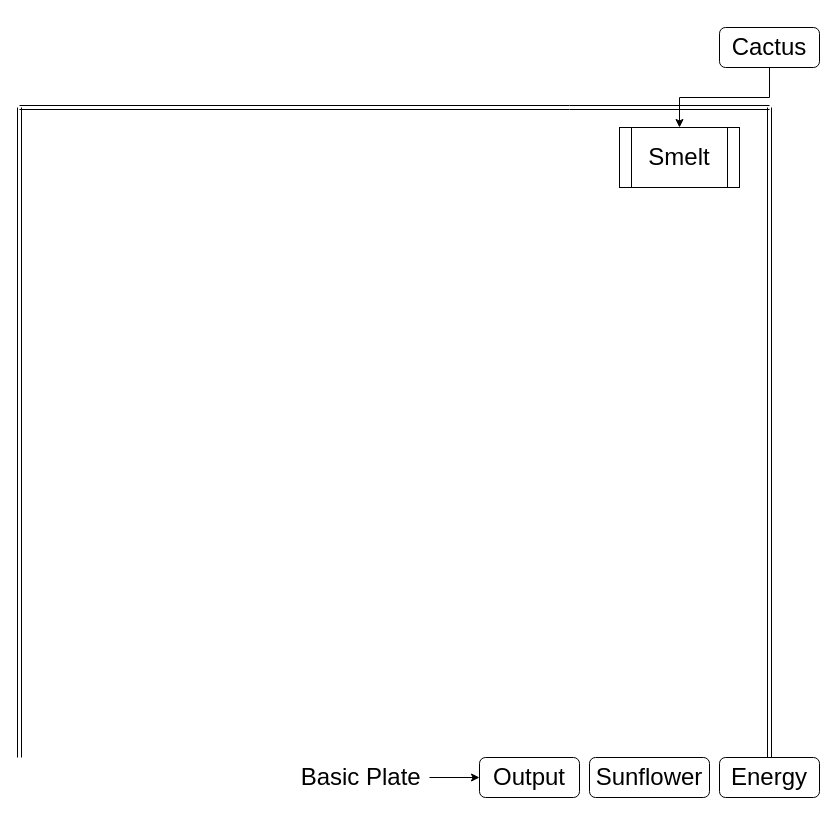
The draw.io diagram AutoBPlate.drawio in jak7b/modpackThings, before the edit. Source tidied: cells renumbered, new cells numbered last; positions are measured from the earlier drawing's top-left corner, leaving out a move shared by most shapes. Both pictures are drawn from the tidied source at 100%, with x=0, y=0 at pixel (19, 27).
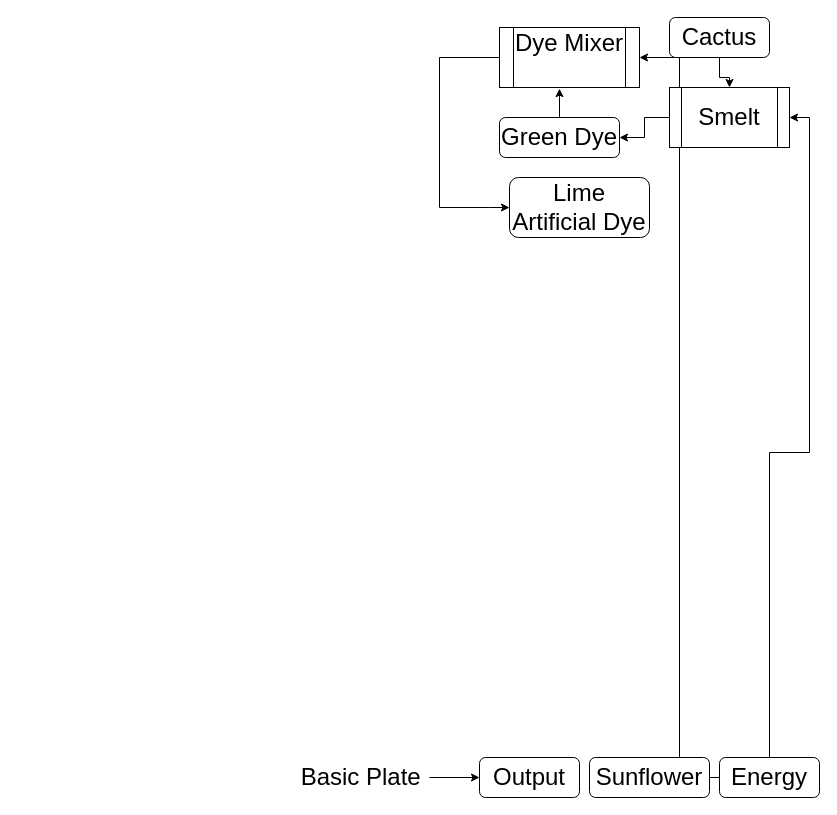
The same page after the edit.

Change to the diagram source:
```diff
@@
 <mxGraphModel>
   <root>
     <mxCell id="0" />
     <mxCell id="1" parent="0" />
+    <mxCell id="13" style="edgeStyle=orthogonalEdgeStyle;rounded=0;jettySize=auto;html=1;entryX=1;entryY=0.5;entryDx=0;entryDy=0;" parent="1" edge="1" source="2" target="12">
+      <mxGeometry relative="1" as="geometry" />
+    </mxCell>
+    <mxCell id="14" style="edgeStyle=orthogonalEdgeStyle;rounded=0;jettySize=auto;html=1;entryX=1;entryY=0.5;entryDx=0;entryDy=0;" parent="1" edge="1" source="2" target="19">
+      <mxGeometry relative="1" as="geometry" />
+    </mxCell>
     <mxCell id="2" value="&lt;font style=&quot;font-size: 24px;&quot;&gt;Energy&lt;/font&gt;" style="rounded=1;whiteSpace=wrap;html=1;strokeWidth=1;" parent="1" vertex="1">
       <mxGeometry x="700" y="730" width="100" height="40" as="geometry" />
     </mxCell>
     <mxCell id="3" value="&lt;font style=&quot;font-size: 24px;&quot;&gt;Sunflower&lt;br&gt;&lt;/font&gt;" style="rounded=1;whiteSpace=wrap;html=1;strokeWidth=1;" parent="1" vertex="1">
       <mxGeometry x="570" y="730" width="120" height="40" as="geometry" />
     </mxCell>
     <mxCell id="4" value="&lt;span style=&quot;font-size: 24px;&quot;&gt;Output&lt;/span&gt;" style="rounded=1;whiteSpace=wrap;html=1;strokeWidth=1;" parent="1" vertex="1">
       <mxGeometry x="460" y="730" width="100" height="40" as="geometry" />
     </mxCell>
     <mxCell id="5" style="edgeStyle=orthogonalEdgeStyle;rounded=0;jettySize=auto;html=1;entryX=0;entryY=0.5;entryDx=0;entryDy=0;" parent="1" edge="1" source="6" target="4">
       <mxGeometry relative="1" as="geometry" />
     </mxCell>
     <mxCell id="6" value="&lt;font style=&quot;font-size: 24px;&quot;&gt;Basic Plate&amp;nbsp;&lt;/font&gt;" style="text;html=1;strokeColor=none;fillColor=none;align=center;verticalAlign=middle;whiteSpace=wrap;rounded=0;" parent="1" vertex="1">
       <mxGeometry x="280" y="732.5" width="130" height="35" as="geometry" />
     </mxCell>
     <mxCell id="7" style="edgeStyle=orthogonalEdgeStyle;rounded=0;jettySize=auto;html=1;entryX=0.5;entryY=0;entryDx=0;entryDy=0;" parent="1" edge="1" source="8" target="12">
       <mxGeometry relative="1" as="geometry" />
     </mxCell>
     <mxCell id="8" value="&lt;span style=&quot;font-size: 24px;&quot;&gt;Cactus&lt;br&gt;&lt;/span&gt;" style="rounded=1;whiteSpace=wrap;html=1;strokeWidth=1;" parent="1" vertex="1">
-      <mxGeometry x="700" width="100" height="40" as="geometry" />
+      <mxGeometry x="650" y="-10" width="100" height="40" as="geometry" />
     </mxCell>
-    <mxCell id="9" style="shape=link;html=1;rounded=0;entryX=0.5;entryY=0;entryDx=0;entryDy=0;" parent="1" edge="1" target="2">
-      <mxGeometry relative="1" as="geometry">
-        <mxPoint x="750" y="80" as="sourcePoint" />
-      </mxGeometry>
-    </mxCell>
-    <mxCell id="10" style="shape=link;html=1;rounded=0;" parent="1" edge="1">
-      <mxGeometry relative="1" as="geometry">
-        <mxPoint y="80" as="sourcePoint" />
-        <mxPoint x="750" y="80" as="targetPoint" />
-        <Array as="points">
-          <mxPoint x="550" y="80" />
-        </Array>
-      </mxGeometry>
-    </mxCell>
-    <mxCell id="11" style="shape=link;html=1;rounded=0;" parent="1" edge="1">
-      <mxGeometry relative="1" as="geometry">
-        <mxPoint y="80" as="sourcePoint" />
-        <mxPoint y="730" as="targetPoint" />
-      </mxGeometry>
-    </mxCell>
+    <mxCell id="15" style="edgeStyle=orthogonalEdgeStyle;rounded=0;jettySize=auto;html=1;" parent="1" edge="1" source="12" target="17">
+      <mxGeometry relative="1" as="geometry" />
+    </mxCell>
     <mxCell id="12" value="&lt;font style=&quot;font-size: 24px;&quot;&gt;Smelt&lt;/font&gt;" style="shape=process;whiteSpace=wrap;html=1;backgroundOutline=1;" parent="1" vertex="1">
-      <mxGeometry x="600" y="100" width="120" height="60" as="geometry" />
+      <mxGeometry x="650" y="60" width="120" height="60" as="geometry" />
     </mxCell>
+    <mxCell id="16" style="edgeStyle=orthogonalEdgeStyle;rounded=0;jettySize=auto;html=1;entryX=0.428;entryY=1.019;entryDx=0;entryDy=0;entryPerimeter=0;" parent="1" edge="1" source="17" target="19">
+      <mxGeometry relative="1" as="geometry" />
+    </mxCell>
+    <mxCell id="17" value="&lt;font style=&quot;font-size: 24px;&quot;&gt;Green Dye&lt;/font&gt;" style="rounded=1;whiteSpace=wrap;html=1;" parent="1" vertex="1">
+      <mxGeometry x="480" y="90" width="120" height="40" as="geometry" />
+    </mxCell>
+    <mxCell id="18" style="edgeStyle=orthogonalEdgeStyle;rounded=0;jettySize=auto;html=1;entryX=0;entryY=0.5;entryDx=0;entryDy=0;" parent="1" edge="1" source="19" target="20">
+      <mxGeometry relative="1" as="geometry">
+        <Array as="points">
+          <mxPoint x="420" y="30" />
+          <mxPoint x="420" y="180" />
+          <mxPoint x="470" y="180" />
+        </Array>
+      </mxGeometry>
+    </mxCell>
+    <mxCell id="19" value="&lt;span style=&quot;font-size: 24px;&quot;&gt;Dye Mixer&lt;br&gt;&lt;br&gt;&lt;/span&gt;" style="shape=process;whiteSpace=wrap;html=1;backgroundOutline=1;" parent="1" vertex="1">
+      <mxGeometry x="480" width="140" height="60" as="geometry" />
+    </mxCell>
+    <mxCell id="20" value="&lt;font style=&quot;font-size: 24px;&quot;&gt;Lime Artificial Dye&lt;/font&gt;" style="rounded=1;whiteSpace=wrap;html=1;" parent="1" vertex="1">
+      <mxGeometry x="490" y="150" width="140" height="60" as="geometry" />
+    </mxCell>
   </root>
 </mxGraphModel>
```
